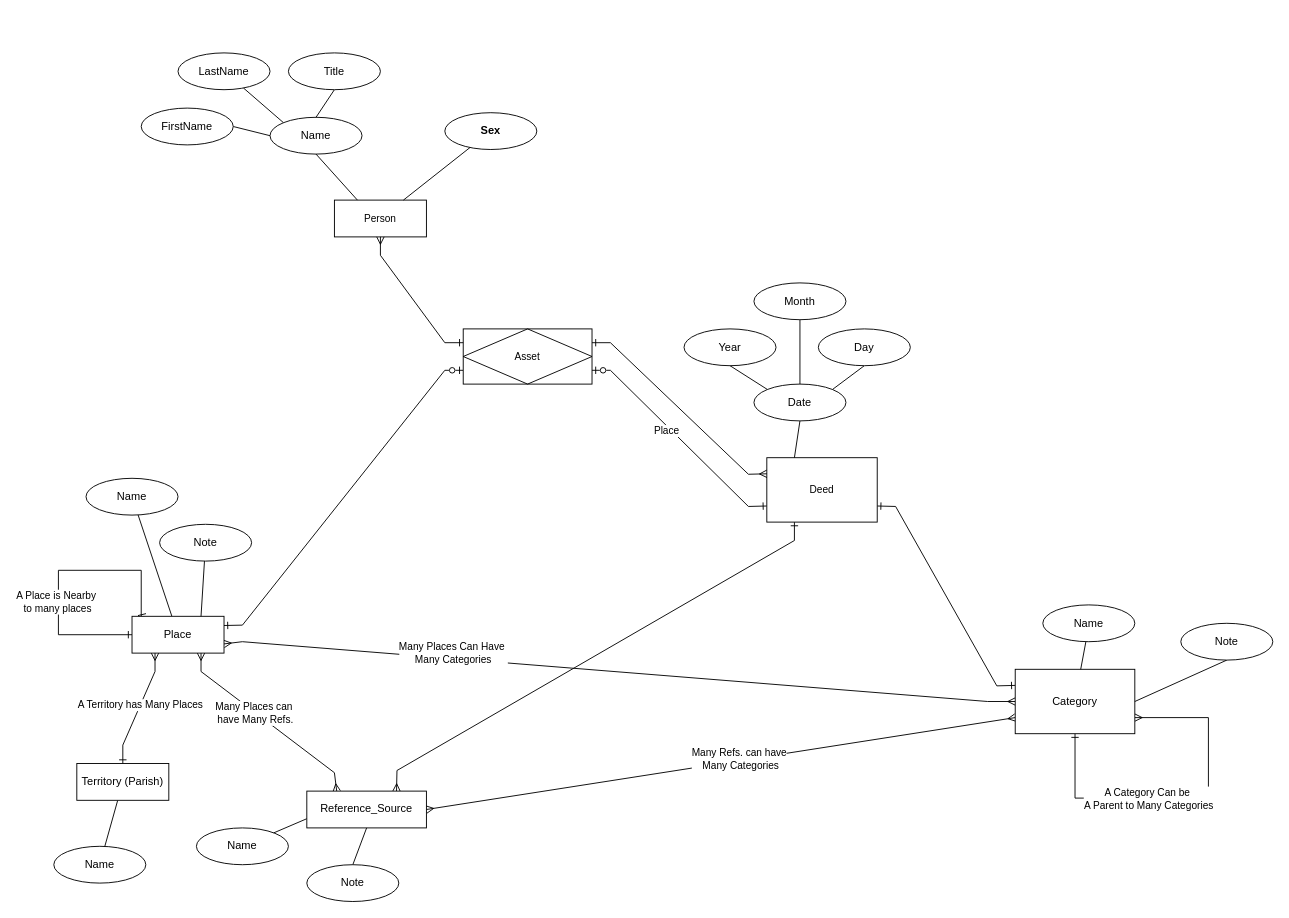
Above: page "Hills, Halls, Holes & Deeds" (2 of 2) of diagrams/Untitled Diagram.drawio in Reader641/places_deeds (draw.io), before the change. Source tidied: cells renumbered, new cells numbered last; positions are measured from the earlier drawing's top-left corner, leaving out a move shared by most shapes. Both pictures are drawn from the tidied source at 92%, with x=0, y=0 at pixel (53, 52).
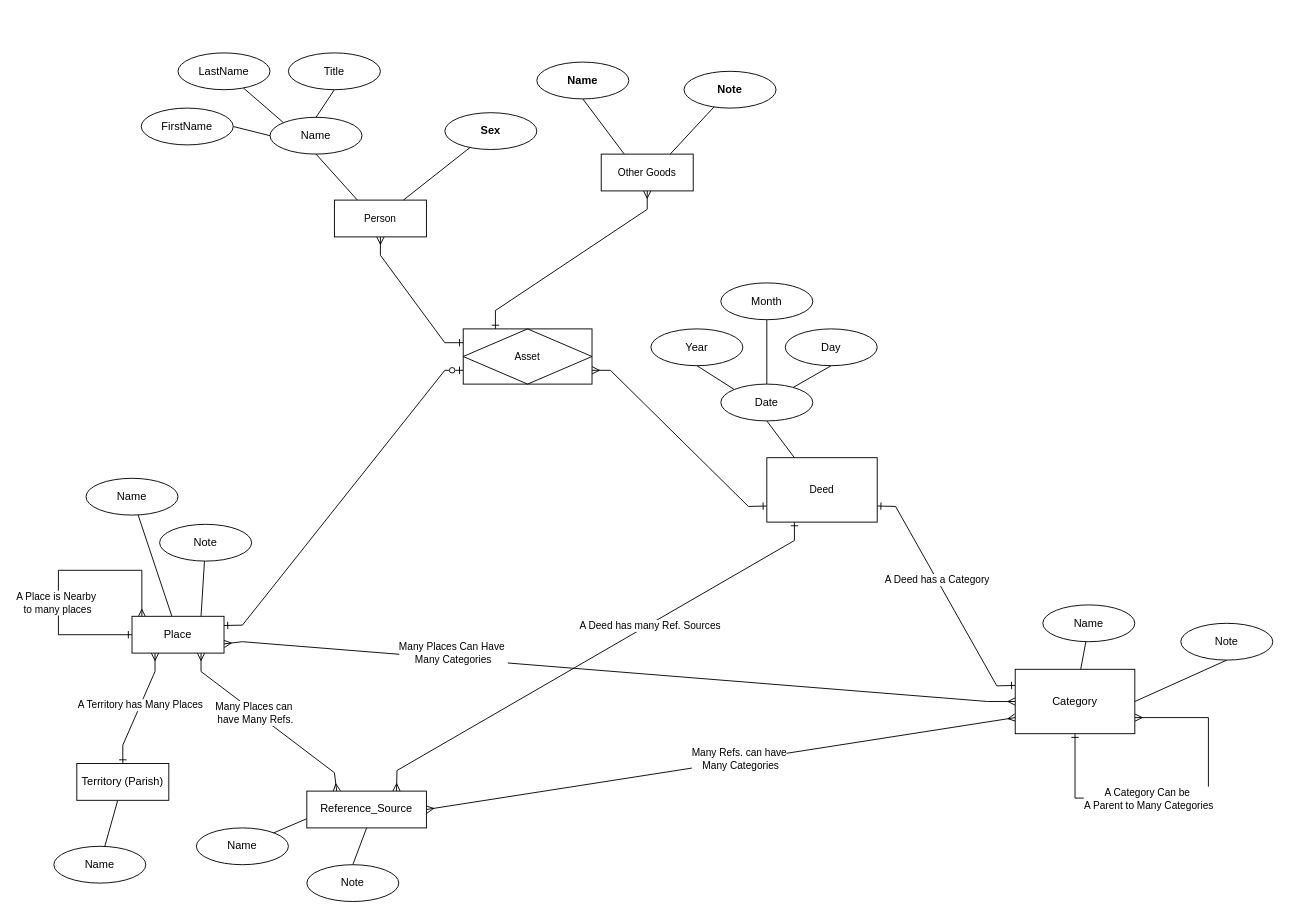
Above is the later version.

Unchanged cells that the change refers to:
```xml
<mxCell id="10" style="edgeStyle=none;shape=connector;rounded=0;jettySize=auto;html=1;exitX=1;exitY=0.75;exitDx=0;exitDy=0;strokeColor=default;align=center;verticalAlign=middle;fontFamily=Helvetica;fontSize=11;fontColor=default;labelBackgroundColor=default;endArrow=ERone;endFill=0;startArrow=ERone;startFill=0;entryX=0;entryY=0.25;entryDx=0;entryDy=0;" parent="1" edge="1" source="56" target="48">
  <mxGeometry relative="1" as="geometry">
    <Array as="points">
      <mxPoint x="915" y="493" />
      <mxPoint x="1025" y="688" />
    </Array>
  </mxGeometry>
</mxCell>
<mxCell id="13" style="edgeStyle=none;shape=connector;rounded=0;jettySize=auto;html=1;exitX=0.25;exitY=1;exitDx=0;exitDy=0;entryX=0.75;entryY=0;entryDx=0;entryDy=0;strokeColor=default;align=center;verticalAlign=middle;fontFamily=Helvetica;fontSize=11;fontColor=default;labelBackgroundColor=default;endArrow=ERmany;endFill=0;startArrow=ERone;startFill=0;" parent="1" edge="1" source="56" target="34">
  <mxGeometry relative="1" as="geometry">
    <Array as="points">
      <mxPoint x="805" y="530" />
      <mxPoint x="373" y="780" />
    </Array>
  </mxGeometry>
</mxCell>
<mxCell id="37" style="group;" parent="1" vertex="1">
  <mxGeometry x="5" y="462.4" width="210" height="190" as="geometry" />
</mxCell>
<mxCell id="42" value="Place" style="whiteSpace=wrap;html=1;align=center;" parent="37" vertex="1">
  <mxGeometry x="80" y="150" width="100" height="40" as="geometry" />
</mxCell>
<mxCell id="54" value="Asset" style="shape=associativeEntity;whiteSpace=wrap;html=1;align=center;fontFamily=Helvetica;fontSize=11;fontColor=default;labelBackgroundColor=default;" parent="1" vertex="1">
  <mxGeometry x="445" y="300" width="140" height="60" as="geometry" />
</mxCell>
<mxCell id="55" style="group;" parent="1" vertex="1">
  <mxGeometry x="685" y="250" width="246" height="260" as="geometry" />
</mxCell>
<mxCell id="56" value="Deed" style="whiteSpace=wrap;html=1;align=center;fontFamily=Helvetica;fontSize=11;fontColor=default;labelBackgroundColor=default;" parent="55" vertex="1">
  <mxGeometry x="90" y="190" width="120" height="70" as="geometry" />
</mxCell>
```

Diff of the diagram source:
```diff
@@
+    <mxCell id="67" value="A Deed has a Category" style="edgeLabel;html=1;align=center;verticalAlign=middle;fontFamily=Helvetica;fontSize=11;fontColor=default;labelBackgroundColor=default;" parent="10" vertex="1">
+      <mxGeometry x="-0.16" relative="1" as="geometry" />
+    </mxCell>
-    <mxCell id="11" style="edgeStyle=none;shape=connector;rounded=0;jettySize=auto;html=1;exitX=0;exitY=0.75;exitDx=0;exitDy=0;entryX=1;entryY=0.75;entryDx=0;entryDy=0;strokeColor=default;align=center;verticalAlign=middle;fontFamily=Helvetica;fontSize=11;fontColor=default;labelBackgroundColor=default;endArrow=ERzeroToOne;endFill=0;startArrow=ERone;startFill=0;" parent="1" edge="1" source="56" target="54">
+    <mxCell id="11" style="edgeStyle=none;shape=connector;rounded=0;jettySize=auto;html=1;exitX=0;exitY=0.75;exitDx=0;exitDy=0;entryX=1;entryY=0.75;entryDx=0;entryDy=0;strokeColor=default;align=center;verticalAlign=middle;fontFamily=Helvetica;fontSize=11;fontColor=default;labelBackgroundColor=default;endArrow=ERmany;endFill=0;startArrow=ERone;startFill=0;" parent="1" edge="1" source="56" target="54">
       <mxGeometry relative="1" as="geometry">
         <Array as="points">
           <mxPoint x="755" y="493" />
           <mxPoint x="605" y="345" />
         </Array>
       </mxGeometry>
     </mxCell>
-    <mxCell id="12" value="Place" style="edgeLabel;html=1;align=center;verticalAlign=middle;fontFamily=Helvetica;fontSize=11;fontColor=default;labelBackgroundColor=default;" parent="11" vertex="1">
-      <mxGeometry x="0.13" y="1" relative="1" as="geometry">
-        <mxPoint x="-2" y="2" as="offset" />
-      </mxGeometry>
-    </mxCell>
@@
+    <mxCell id="68" value="A Deed has many Ref. Sources" style="edgeLabel;html=1;align=center;verticalAlign=middle;fontFamily=Helvetica;fontSize=11;fontColor=default;labelBackgroundColor=default;" parent="13" vertex="1">
+      <mxGeometry x="-0.25" y="1" relative="1" as="geometry" />
+    </mxCell>
@@
-    <mxCell id="40" style="edgeStyle=orthogonalEdgeStyle;shape=connector;rounded=0;orthogonalLoop=1;jettySize=auto;html=1;exitX=0;exitY=0.5;exitDx=0;exitDy=0;strokeColor=default;align=center;verticalAlign=middle;fontFamily=Helvetica;fontSize=11;fontColor=default;labelBackgroundColor=default;endArrow=ERmany;endFill=0;entryX=0.143;entryY=0.025;entryDx=0;entryDy=0;startArrow=ERone;startFill=0;entryPerimeter=0;" parent="37" edge="1" source="42" target="42">
+    <mxCell id="40" style="edgeStyle=orthogonalEdgeStyle;shape=connector;rounded=0;orthogonalLoop=1;jettySize=auto;html=1;exitX=0;exitY=0.5;exitDx=0;exitDy=0;strokeColor=default;align=center;verticalAlign=middle;fontFamily=Helvetica;fontSize=11;fontColor=default;labelBackgroundColor=default;endArrow=ERmany;endFill=0;startArrow=ERone;startFill=0;entryX=0.107;entryY=0.014;entryDx=0;entryDy=0;entryPerimeter=0;" parent="37" edge="1" source="42" target="42">
       <mxGeometry relative="1" as="geometry">
         <Array as="points">
           <mxPoint y="170" />
           <mxPoint y="100" />
-          <mxPoint x="90" y="100" />
-          <mxPoint x="90" y="150" />
-          <mxPoint x="94" y="150" />
+          <mxPoint x="91" y="100" />
         </Array>
       </mxGeometry>
     </mxCell>
@@
     <mxCell id="58" value="Date" style="ellipse;whiteSpace=wrap;html=1;align=center;" parent="55" vertex="1">
-      <mxGeometry x="76" y="110" width="100" height="40" as="geometry" />
+      <mxGeometry x="40" y="110" width="100" height="40" as="geometry" />
     </mxCell>
@@
     <mxCell id="60" value="Year" style="ellipse;whiteSpace=wrap;html=1;align=center;" parent="55" vertex="1">
-      <mxGeometry y="50" width="100" height="40" as="geometry" />
+      <mxGeometry x="-36" y="50" width="100" height="40" as="geometry" />
     </mxCell>
@@
     <mxCell id="62" value="Month" style="ellipse;whiteSpace=wrap;html=1;align=center;" parent="55" vertex="1">
-      <mxGeometry x="76" width="100" height="40" as="geometry" />
+      <mxGeometry x="40" width="100" height="40" as="geometry" />
     </mxCell>
-    <mxCell id="63" style="edgeStyle=none;shape=connector;rounded=0;jettySize=auto;html=1;exitX=0.5;exitY=1;exitDx=0;exitDy=0;entryX=1;entryY=0;entryDx=0;entryDy=0;strokeColor=default;align=center;verticalAlign=middle;fontFamily=Helvetica;fontSize=11;fontColor=default;labelBackgroundColor=default;endArrow=none;endFill=0;" parent="55" edge="1" source="64" target="58">
+    <mxCell id="63" style="edgeStyle=none;shape=connector;rounded=0;jettySize=auto;html=1;exitX=0.5;exitY=1;exitDx=0;exitDy=0;strokeColor=default;align=center;verticalAlign=middle;fontFamily=Helvetica;fontSize=11;fontColor=default;labelBackgroundColor=default;endArrow=none;endFill=0;" parent="55" edge="1" source="64" target="58">
       <mxGeometry relative="1" as="geometry" />
     </mxCell>
     <mxCell id="64" value="Day" style="ellipse;whiteSpace=wrap;html=1;align=center;" parent="55" vertex="1">
-      <mxGeometry x="146" y="50" width="100" height="40" as="geometry" />
+      <mxGeometry x="110" y="50" width="100" height="40" as="geometry" />
     </mxCell>
@@
-    <mxCell id="66" style="edgeStyle=none;shape=connector;rounded=0;jettySize=auto;html=1;exitX=0;exitY=0.25;exitDx=0;exitDy=0;entryX=1;entryY=0.25;entryDx=0;entryDy=0;strokeColor=default;align=center;verticalAlign=middle;fontFamily=Helvetica;fontSize=11;fontColor=default;labelBackgroundColor=default;endArrow=ERone;endFill=0;startArrow=ERmany;startFill=0;" parent="1" edge="1" source="56" target="54">
-      <mxGeometry relative="1" as="geometry">
-        <Array as="points">
-          <mxPoint x="755" y="458" />
-          <mxPoint x="605" y="315" />
-        </Array>
-      </mxGeometry>
-    </mxCell>
+    <mxCell id="69" style="group;flipV=1;" parent="1" vertex="1">
+      <mxGeometry x="515" y="-40" width="430" height="200" as="geometry" />
+    </mxCell>
+    <mxCell id="70" style="group;" parent="69" vertex="1">
+      <mxGeometry x="10" y="50" width="260" height="140" as="geometry" />
+    </mxCell>
+    <mxCell id="71" value="Other Goods" style="whiteSpace=wrap;html=1;align=center;fontFamily=Helvetica;fontSize=11;fontColor=default;labelBackgroundColor=default;" parent="70" vertex="1">
+      <mxGeometry x="70" y="100" width="100" height="40" as="geometry" />
+    </mxCell>
+    <mxCell id="72" style="edgeStyle=none;shape=connector;rounded=0;jettySize=auto;html=1;exitX=0.5;exitY=1;exitDx=0;exitDy=0;entryX=0.25;entryY=0;entryDx=0;entryDy=0;strokeColor=default;align=center;verticalAlign=middle;fontFamily=Helvetica;fontSize=11;fontColor=default;labelBackgroundColor=default;endArrow=none;endFill=0;" parent="70" edge="1" source="75" target="71">
+      <mxGeometry relative="1" as="geometry" />
+    </mxCell>
+    <mxCell id="73" value="Note" style="ellipse;whiteSpace=wrap;html=1;align=center;fontStyle=1;" parent="70" vertex="1">
+      <mxGeometry x="160" y="10" width="100" height="40" as="geometry" />
+    </mxCell>
+    <mxCell id="74" style="edgeStyle=none;shape=connector;rounded=0;jettySize=auto;html=1;strokeColor=default;align=center;verticalAlign=middle;fontFamily=Helvetica;fontSize=11;fontColor=default;labelBackgroundColor=default;endArrow=none;endFill=0;entryX=0.75;entryY=0;entryDx=0;entryDy=0;" parent="70" edge="1" source="73" target="71">
+      <mxGeometry relative="1" as="geometry" />
+    </mxCell>
+    <mxCell id="75" value="Name" style="ellipse;whiteSpace=wrap;html=1;align=center;fontStyle=1;" parent="70" vertex="1">
+      <mxGeometry width="100" height="40" as="geometry" />
+    </mxCell>
+    <mxCell id="76" style="edgeStyle=none;shape=connector;rounded=0;jettySize=auto;html=1;exitX=0.5;exitY=1;exitDx=0;exitDy=0;entryX=0.25;entryY=0;entryDx=0;entryDy=0;strokeColor=default;align=center;verticalAlign=middle;fontFamily=Helvetica;fontSize=11;fontColor=default;labelBackgroundColor=default;endArrow=ERone;endFill=0;startArrow=ERmany;startFill=0;" parent="1" edge="1" source="71" target="54">
+      <mxGeometry relative="1" as="geometry">
+        <Array as="points">
+          <mxPoint x="645" y="170" />
+          <mxPoint x="480" y="280" />
+        </Array>
+      </mxGeometry>
+    </mxCell>
```
